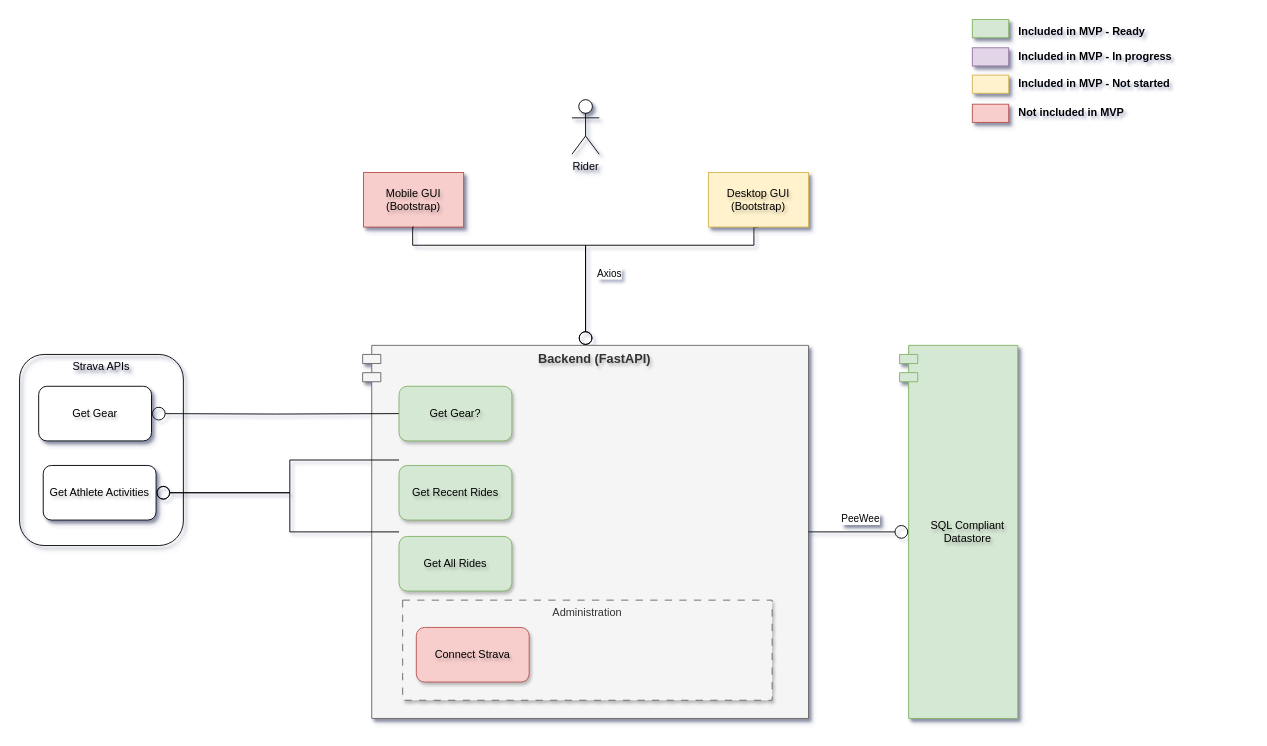
Earlier version of the draw.io diagram page "Application architecture" (1 of 5) of docs/all_diagrams.drawio (xivind/velo-supervisor-2000). Source tidied: cells renumbered, new cells numbered last; positions are measured from the earlier drawing's top-left corner, leaving out a move shared by most shapes. Both pictures are drawn from the tidied source at 91%, with x=0, y=0 at pixel (19, 17).
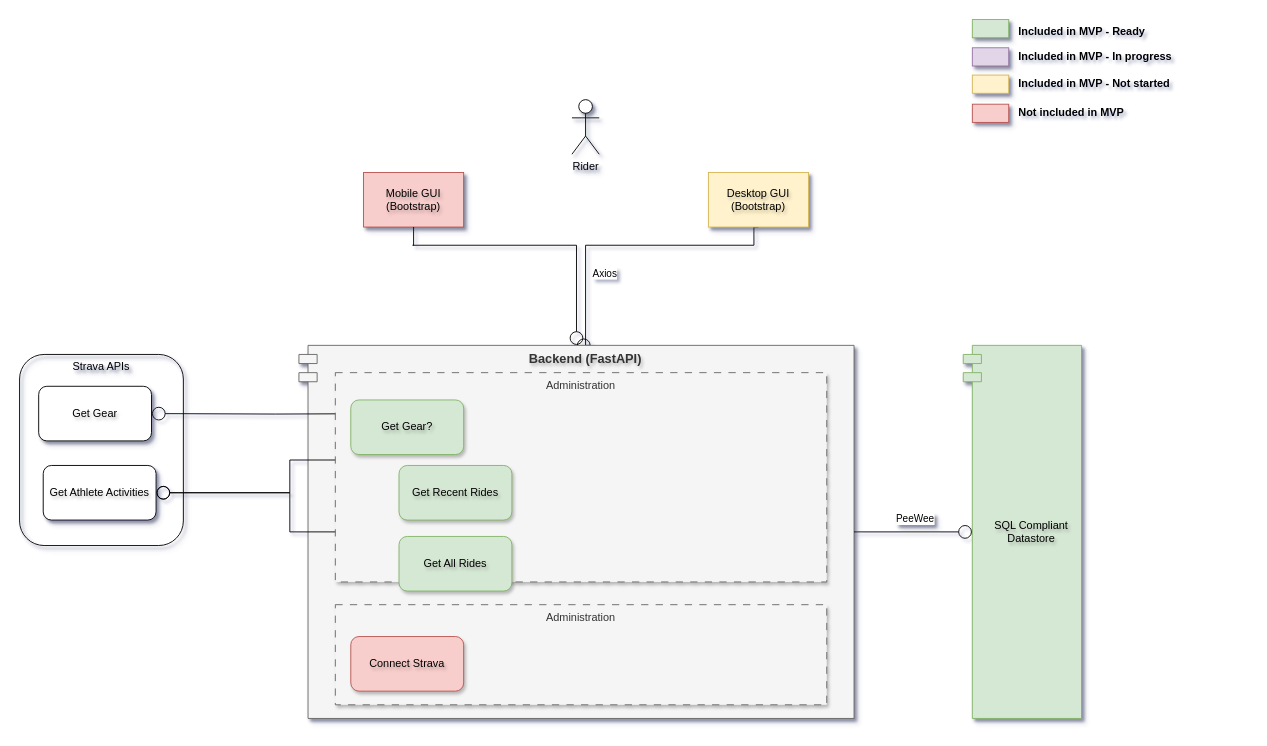
The same page after the edit.

The edit, as a diff of the source:
```diff
@@
     <mxCell id="6" value="Backend (FastAPI)" style="shape=module;align=left;spacingLeft=20;align=center;verticalAlign=top;whiteSpace=wrap;html=1;textShadow=1;shadow=1;fillColor=#f5f5f5;fontColor=#333333;strokeColor=#666666;fontSize=14;fontStyle=1;" parent="1" vertex="1">
-      <mxGeometry x="377" y="360" width="490" height="410" as="geometry" />
+      <mxGeometry x="307" y="360" width="610" height="410" as="geometry" />
     </mxCell>
@@
     <mxCell id="15" value="SQL Compliant Datastore" style="shape=module;align=left;spacingLeft=20;align=center;verticalAlign=middle;whiteSpace=wrap;html=1;fillColor=#d5e8d4;strokeColor=#82b366;textShadow=1;shadow=1;" parent="1" vertex="1">
-      <mxGeometry x="967" y="360" width="130" height="410" as="geometry" />
+      <mxGeometry x="1037" y="360" width="130" height="410" as="geometry" />
     </mxCell>
@@
+    <mxCell id="28" value="Administration" style="rounded=0;whiteSpace=wrap;html=1;verticalAlign=top;dashed=1;dashPattern=8 8;fillColor=#f5f5f5;fontColor=#333333;strokeColor=#666666;glass=0;shadow=1;" parent="1" vertex="1">
+      <mxGeometry x="347" y="645" width="540" height="110" as="geometry" />
+    </mxCell>
+    <mxCell id="29" value="Connect Strava" style="rounded=1;whiteSpace=wrap;html=1;textShadow=1;shadow=1;verticalAlign=middle;fillColor=#f8cecc;strokeColor=#b85450;" parent="1" vertex="1">
+      <mxGeometry x="364" y="680" width="124" height="60" as="geometry" />
+    </mxCell>
+    <mxCell id="31" value="Administration" style="rounded=0;whiteSpace=wrap;html=1;verticalAlign=top;dashed=1;dashPattern=8 8;fillColor=#f5f5f5;fontColor=#333333;strokeColor=#666666;glass=0;shadow=1;" parent="1" vertex="1">
+      <mxGeometry x="347" y="390" width="540" height="230" as="geometry" />
+    </mxCell>
@@
     <mxCell id="27" value="Get Gear?" style="rounded=1;whiteSpace=wrap;html=1;textShadow=1;shadow=1;verticalAlign=middle;fillColor=#d5e8d4;strokeColor=#82b366;" parent="1" vertex="1">
-      <mxGeometry x="417" y="405" width="124" height="60" as="geometry" />
+      <mxGeometry x="364" y="420" width="124" height="60" as="geometry" />
     </mxCell>
-    <mxCell id="28" value="Administration" style="rounded=0;whiteSpace=wrap;html=1;verticalAlign=top;dashed=1;dashPattern=8 8;fillColor=#f5f5f5;fontColor=#333333;strokeColor=#666666;glass=0;shadow=1;" parent="1" vertex="1">
-      <mxGeometry x="421" y="640" width="406" height="110" as="geometry" />
-    </mxCell>
-    <mxCell id="29" value="Connect Strava" style="rounded=1;whiteSpace=wrap;html=1;textShadow=1;shadow=1;verticalAlign=middle;fillColor=#f8cecc;strokeColor=#b85450;" parent="1" vertex="1">
-      <mxGeometry x="436" y="670" width="124" height="60" as="geometry" />
-    </mxCell>
```
